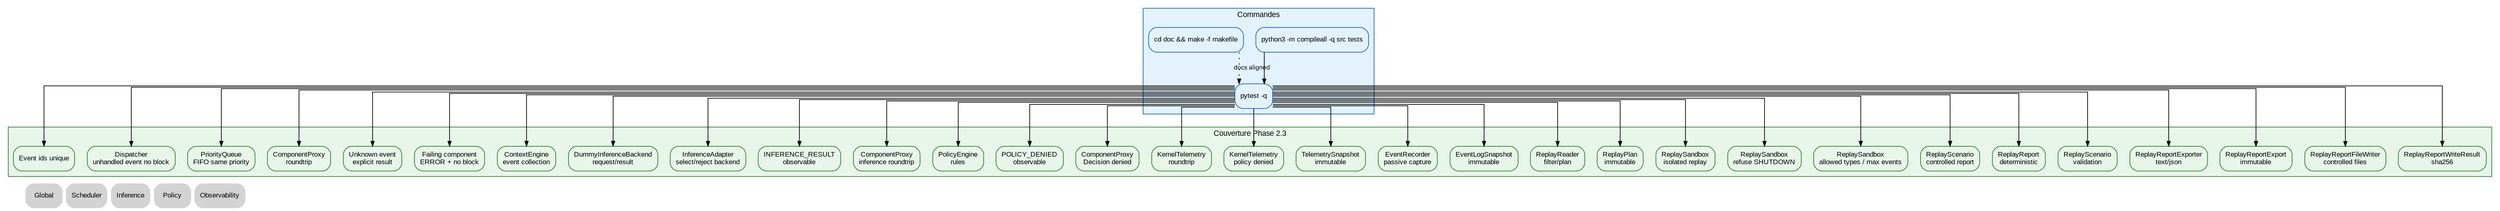
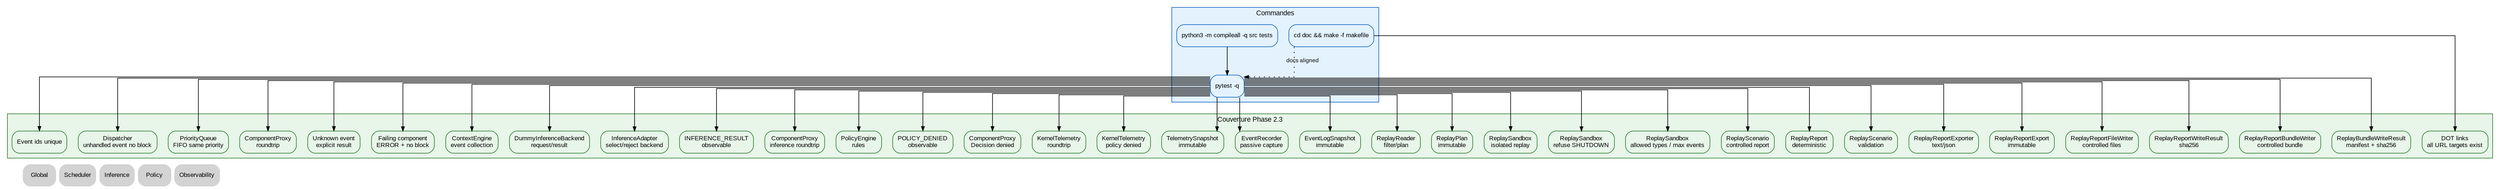
digraph Tests {
    rankdir=TB;
    splines=ortho;

    graph [fontname="Arial", fontsize=11];
    node [shape=box, style="rounded,filled", fontname="Arial", fontsize=10];
    edge [fontname="Arial", fontsize=9, arrowsize=0.7];

-     // ROADMAP_NOTE[phase2_3]:
+     // ROADMAP_NOTE[phase2_4]:
+ // Ajout de tests de navigation DOT : chaque URL SVG doit pointer vers une
+ // source DOT existante. Cela protège les zooms descente/remontée.
    // La couverture ajoute ReplayReportFileWriter et ReplayReportWriteResult.
    // Les tests vérifient écriture explicite, refus overwrite par défaut,
    // création parent opt-in, checksum sha256 et validation du contrat d'écriture.

    subgraph cluster_commands {
        label="Commandes";
        color="#1565c0";
        bgcolor="#e3f2fd";
        node [fillcolor="#e3f2fd", color="#1565c0"];
        Compile [label="python3 -m compileall -q src tests"];
        Pytest [label="pytest -q"];
        Dot [label="cd doc && make -f makefile"];
    }

    subgraph cluster_coverage {
        label="Couverture Phase 2.3";
        color="#2e7d32";
        bgcolor="#e8f5e9";
        node [fillcolor="#e8f5e9", color="#2e7d32"];
        EventIds [label="Event ids unique"];
        Dispatcher [label="Dispatcher\nunhandled event no block"];
        Queue [label="PriorityQueue\nFIFO same priority"];
        Proxy [label="ComponentProxy\nroundtrip"];
        Unknown [label="Unknown event\nexplicit result"];
        Failure [label="Failing component\nERROR + no block"];
        Context [label="ContextEngine\nevent collection"];
        Inference [label="DummyInferenceBackend\nrequest/result"];
        InferenceAdapter [label="InferenceAdapter\nselect/reject backend"];
        InferenceObs [label="INFERENCE_RESULT\nobservable"];
        InferenceProxy [label="ComponentProxy\ninference roundtrip"];
        PolicyRules [label="PolicyEngine\nrules"];
        PolicyDenied [label="POLICY_DENIED\nobservable"];
        PolicyProxy [label="ComponentProxy\nDecision denied"];
        TelemetryRoundtrip [label="KernelTelemetry\nroundtrip"];
        TelemetryDenied [label="KernelTelemetry\npolicy denied"];
        TelemetrySnapshot [label="TelemetrySnapshot\nimmutable"];
        EventRecorder [label="EventRecorder\npassive capture"];
        EventLogSnapshot [label="EventLogSnapshot\nimmutable"];
        ReplayReader [label="ReplayReader\nfilter/plan"];
        ReplayPlan [label="ReplayPlan\nimmutable"];
        ReplaySandbox [label="ReplaySandbox\nisolated replay"];
        ReplaySandboxDenied [label="ReplaySandbox\nrefuse SHUTDOWN"];
        ReplaySandboxLimits [label="ReplaySandbox\nallowed types / max events"];
        ReplayScenario [label="ReplayScenario\ncontrolled report"];
        ReplayReport [label="ReplayReport\ndeterministic"];
        ReplayScenarioValidation [label="ReplayScenario\nvalidation"];
        ReplayReportExporter [label="ReplayReportExporter\ntext/json"];
        ReplayReportExport [label="ReplayReportExport\nimmutable"];
        ReplayReportFileWriter [label="ReplayReportFileWriter\ncontrolled files"];
        ReplayReportWriteResult [label="ReplayReportWriteResult\nsha256"];
+         ReplayReportBundleWriter [label="ReplayReportBundleWriter\ncontrolled bundle"];
+         ReplayBundleWriteResult [label="ReplayBundleWriteResult\nmanifest + sha256"];
+         DotLinks [label="DOT links\nall URL targets exist"];
    }

    Compile -> Pytest;
    Pytest -> EventIds;
    Pytest -> Dispatcher;
    Pytest -> Queue;
    Pytest -> Proxy;
    Pytest -> Unknown;
    Pytest -> Failure;
    Pytest -> Context;
    Pytest -> Inference;
    Pytest -> InferenceAdapter;
    Pytest -> InferenceObs;
    Pytest -> InferenceProxy;
    Pytest -> PolicyRules;
    Pytest -> PolicyDenied;
    Pytest -> PolicyProxy;
    Pytest -> TelemetryRoundtrip;
    Pytest -> TelemetryDenied;
    Pytest -> TelemetrySnapshot;
    Pytest -> EventRecorder;
    Pytest -> EventLogSnapshot;
    Pytest -> ReplayReader;
    Pytest -> ReplayPlan;
    Pytest -> ReplaySandbox;
    Pytest -> ReplaySandboxDenied;
    Pytest -> ReplaySandboxLimits;
    Pytest -> ReplayScenario;
    Pytest -> ReplayReport;
    Pytest -> ReplayScenarioValidation;
    Pytest -> ReplayReportExporter;
    Pytest -> ReplayReportExport;
    Pytest -> ReplayReportFileWriter;
    Pytest -> ReplayReportWriteResult;
+     Pytest -> ReplayReportBundleWriter;
+     Pytest -> ReplayBundleWriteResult;
+     Dot -> DotLinks;
    Dot -> Pytest [style=dotted, label="docs aligned"];

    Nav_Global [label="Global", shape=plaintext, URL="../00_global.svg"];
    Nav_Scheduler [label="Scheduler", shape=plaintext, URL="../scheduler/10_scheduler.svg"];
    Nav_Inference [label="Inference", shape=plaintext, URL="../inference/40_inference.svg"];
    Nav_Policy [label="Policy", shape=plaintext, URL="../00_global.svg"];
    Nav_Observability [label="Observability", shape=plaintext, URL="../observability/70_observability.svg"];

    { rank=sink; Nav_Global; Nav_Scheduler; Nav_Inference; Nav_Policy; Nav_Observability; }
}
